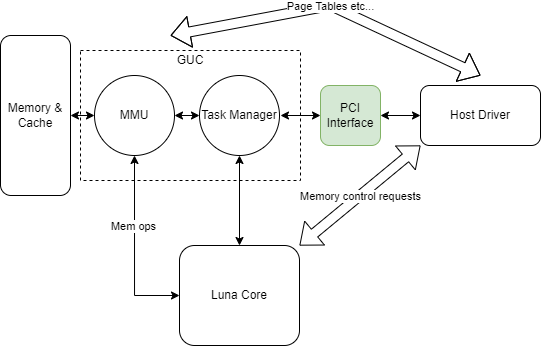
The draw.io diagram специфика управления памятью.drawio.png in masterCopipaster/mag_diploma, before a commit. Source tidied: cells renumbered, new cells last; positions are measured from the earlier drawing's top-left corner, leaving out a move shared by most shapes.
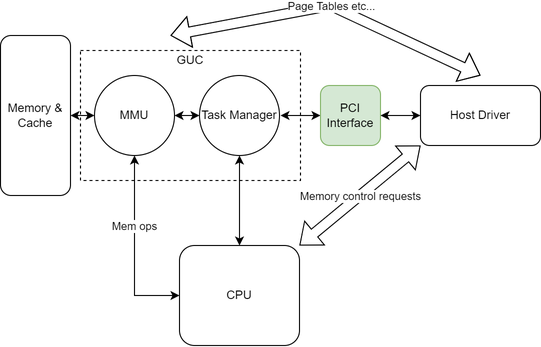
Later version of the same file.

What changed in the source:
```diff
@@ -14,7 +14,7 @@
     <mxCell id="5" value="Task Manager" style="ellipse;whiteSpace=wrap;html=1;" parent="1" vertex="1">
       <mxGeometry x="199" y="70" width="80" height="80" as="geometry" />
     </mxCell>
-    <mxCell id="6" value="Luna Core" style="rounded=1;whiteSpace=wrap;html=1;" parent="1" vertex="1">
+    <mxCell id="6" value="CPU" style="rounded=1;whiteSpace=wrap;html=1;" parent="1" vertex="1">
       <mxGeometry x="179" y="240" width="120" height="100" as="geometry" />
     </mxCell>
     <mxCell id="7" style="edgeStyle=none;rounded=0;jettySize=auto;html=1;exitX=0;exitY=0.5;exitDx=0;exitDy=0;entryX=1;entryY=0.5;entryDx=0;entryDy=0;startArrow=classic;startFill=1;" parent="1" edge="1" source="10" target="2">
```
